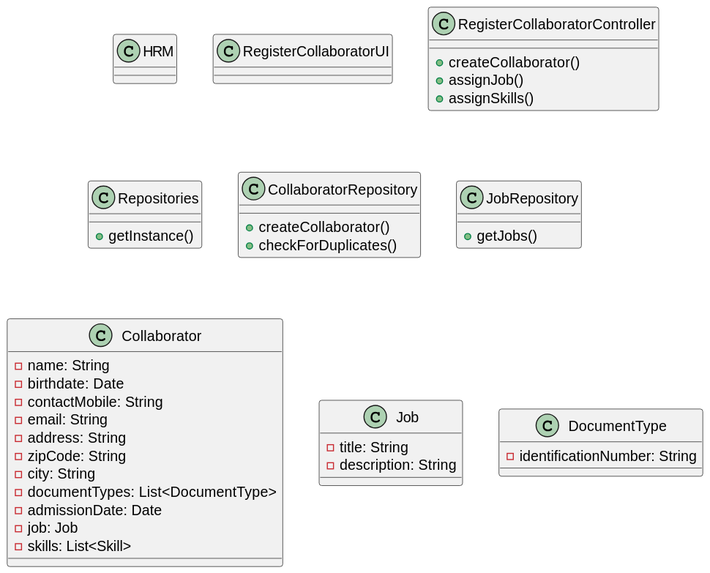
Above: docs/sprintB/us003/03.design/svg/us003-class-diagram.svg in ricardomm7/leaflink (PlantUML), before the change.
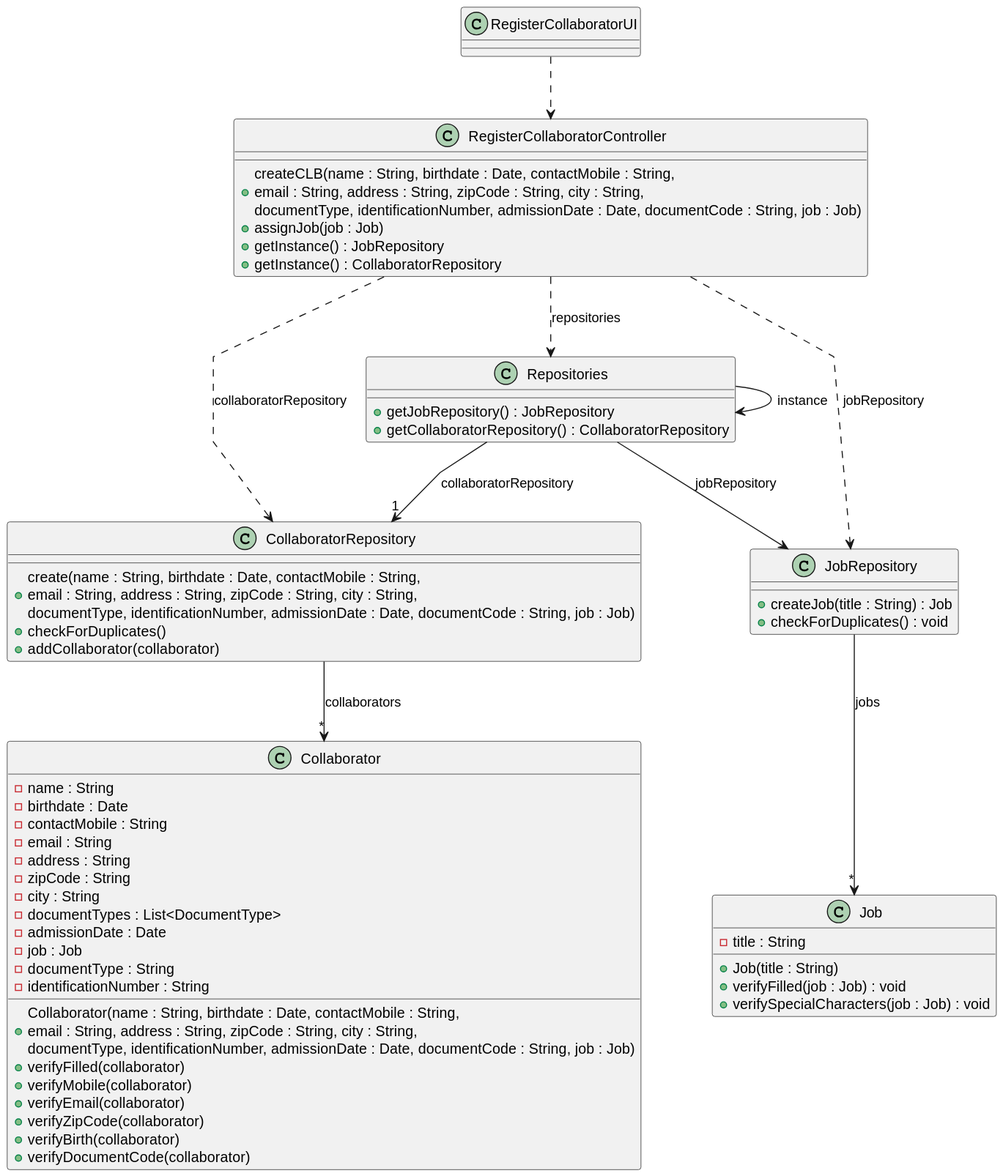
Later version of the same file.

Change to the diagram source:
```diff
@@ -3,51 +3,73 @@
 skinparam shadowing false
 skinparam linetype polyline
 
-class HRM {
-}
 
 class RegisterCollaboratorUI {
 }
 
 class RegisterCollaboratorController {
-    + createCollaborator()
-    + assignJob()
-    + assignSkills()
+    + createCLB(name : String, birthdate : Date, contactMobile : String,\nemail : String, address : String, zipCode : String, city : String,\ndocumentType, identificationNumber, admissionDate : Date, documentCode : String, job : Job)
+    + assignJob(job : Job)
+    + getInstance() : JobRepository
+    + getInstance() : CollaboratorRepository
+
 }
 
 class Repositories {
-    + getInstance()
+    +getJobRepository() : JobRepository
+    +getCollaboratorRepository() : CollaboratorRepository
 }
 
 class CollaboratorRepository {
-    + createCollaborator()
+    + create(name : String, birthdate : Date, contactMobile : String,\nemail : String, address : String, zipCode : String, city : String,\ndocumentType, identificationNumber, admissionDate : Date, documentCode : String, job : Job)
     + checkForDuplicates()
+    + addCollaborator(collaborator)
+
 }
 
 class JobRepository {
-    + getJobs()
+    +createJob(title : String) : Job
+    +checkForDuplicates() : void
 }
 
 class Collaborator {
-    - name: String
-    - birthdate: Date
-    - contactMobile: String
-    - email: String
-    - address: String
-    - zipCode: String
-    - city: String
-    - documentTypes: List<DocumentType>
-    - admissionDate: Date
-    - job: Job
-    - skills: List<Skill>
+    - name : String
+    - birthdate : Date
+    - contactMobile : String
+    - email : String
+    - address : String
+    - zipCode : String
+    - city : String
+    - documentTypes : List<DocumentType>
+    - admissionDate : Date
+    - job : Job
+    + Collaborator(name : String, birthdate : Date, contactMobile : String,\nemail : String, address : String, zipCode : String, city : String,\ndocumentType, identificationNumber, admissionDate : Date, documentCode : String, job : Job)
+    + verifyFilled(collaborator)
+    + verifyMobile(collaborator)
+    + verifyEmail(collaborator)
+    + verifyZipCode(collaborator)
+    + verifyBirth(collaborator)
+    + verifyDocumentCode(collaborator)
+    - documentType : String
+    - identificationNumber : String
 }
 
 class Job {
-    - title: String
-    - description: String
+    - title : String
+    + Job(title : String)
+    +verifyFilled(job : Job) : void
+    +verifySpecialCharacters(job : Job) : void
 }
 
-class DocumentType {
-    - identificationNumber: String
-}
+
+
+RegisterCollaboratorUI ..> RegisterCollaboratorController
+RegisterCollaboratorController ..> Repositories : repositories
+Repositories --> Repositories : instance
+Repositories --> JobRepository : jobRepository
+Repositories --> "1"CollaboratorRepository : collaboratorRepository
+CollaboratorRepository --> "*" Collaborator : collaborators
+RegisterCollaboratorController ..> CollaboratorRepository : collaboratorRepository
+RegisterCollaboratorController ..> JobRepository : jobRepository
+JobRepository --> "*" Job : jobs
 @enduml
```
